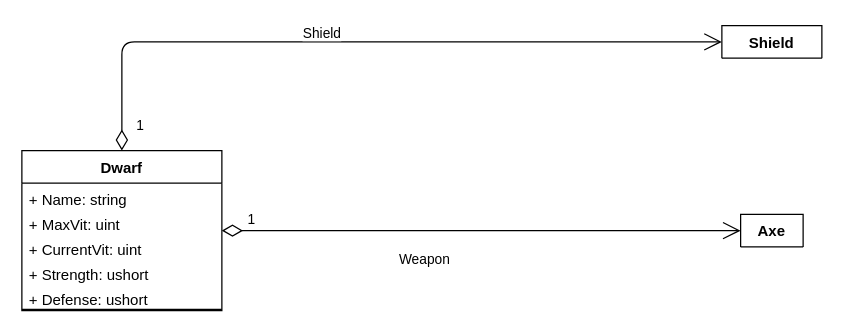
ProgramacionII-Equipo3/PII_RoleplayGame_1_Start keeps this draw.io diagram as Assets/UML-diagrams/Dwarf.drawio. Above is the earlier version. Source tidied: cells renumbered, new cells numbered last; positions are measured from the earlier drawing's top-left corner, leaving out a move shared by most shapes. Both pictures are drawn from the tidied source at 125%, with x=0, y=0 at pixel (21, 25).
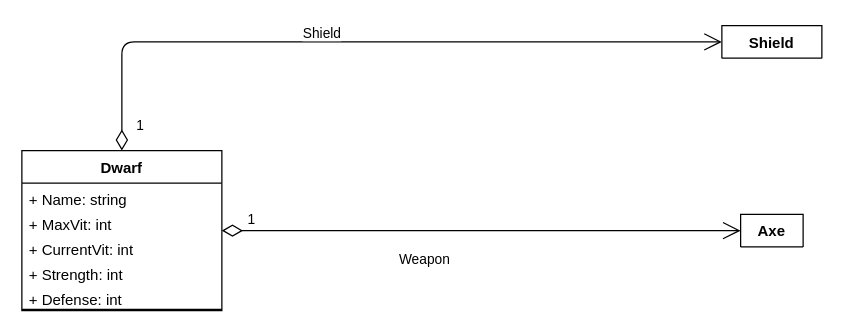
Above is the later version.

What changed in the source:
```diff
@@
 <mxGraphModel>
   <root>
     <mxCell id="0" />
     <mxCell id="1" parent="0" />
     <mxCell id="2" value="Dwarf" style="swimlane;fontStyle=1;align=center;verticalAlign=top;horizontal=1;startSize=26;" parent="1" vertex="1">
       <mxGeometry y="100" width="160" height="128" as="geometry" />
     </mxCell>
     <mxCell id="3" value="+ Name: string" style="text;strokeColor=none;fillColor=none;align=left;verticalAlign=top;spacingLeft=4;spacingRight=4;overflow=hidden;" parent="2" vertex="1">
       <mxGeometry y="26" width="160" height="20" as="geometry" />
     </mxCell>
-    <mxCell id="4" value="+ MaxVit: uint" style="text;strokeColor=none;fillColor=none;align=left;verticalAlign=top;spacingLeft=4;spacingRight=4;overflow=hidden;" parent="2" vertex="1">
+    <mxCell id="4" value="+ MaxVit: int" style="text;strokeColor=none;fillColor=none;align=left;verticalAlign=top;spacingLeft=4;spacingRight=4;overflow=hidden;" parent="2" vertex="1">
       <mxGeometry y="46" width="160" height="20" as="geometry" />
     </mxCell>
-    <mxCell id="5" value="+ CurrentVit: uint" style="text;strokeColor=none;fillColor=none;align=left;verticalAlign=top;spacingLeft=4;spacingRight=4;overflow=hidden;" parent="2" vertex="1">
+    <mxCell id="5" value="+ CurrentVit: int" style="text;strokeColor=none;fillColor=none;align=left;verticalAlign=top;spacingLeft=4;spacingRight=4;overflow=hidden;" parent="2" vertex="1">
       <mxGeometry y="66" width="160" height="20" as="geometry" />
     </mxCell>
-    <mxCell id="6" value="+ Strength: ushort" style="text;strokeColor=none;fillColor=none;align=left;verticalAlign=top;spacingLeft=4;spacingRight=4;overflow=hidden;" parent="2" vertex="1">
+    <mxCell id="6" value="+ Strength: int" style="text;strokeColor=none;fillColor=none;align=left;verticalAlign=top;spacingLeft=4;spacingRight=4;overflow=hidden;" parent="2" vertex="1">
       <mxGeometry y="86" width="160" height="20" as="geometry" />
     </mxCell>
-    <mxCell id="7" value="+ Defense: ushort" style="text;strokeColor=none;fillColor=none;align=left;verticalAlign=top;spacingLeft=4;spacingRight=4;overflow=hidden;" parent="2" vertex="1">
+    <mxCell id="7" value="+ Defense: int" style="text;strokeColor=none;fillColor=none;align=left;verticalAlign=top;spacingLeft=4;spacingRight=4;overflow=hidden;" parent="2" vertex="1">
       <mxGeometry y="106" width="160" height="20" as="geometry" />
     </mxCell>
     <mxCell id="8" style="line;strokeWidth=1;fillColor=none;align=left;verticalAlign=middle;spacingTop=-1;spacingLeft=3;spacingRight=3;labelPosition=right;" parent="2" vertex="1">
       <mxGeometry y="126" width="160" height="2" as="geometry" />
     </mxCell>
     <mxCell id="9" value="1" style="endArrow=open;html=1;endSize=12;startArrow=diamondThin;startSize=14;startFill=0;edgeStyle=orthogonalEdgeStyle;align=left;verticalAlign=bottom;exitX=1;exitY=0.5;exitDx=0;exitDy=0;entryX=0;entryY=0.5;entryDx=0;entryDy=0;" parent="1" edge="1" source="2" target="11">
       <mxGeometry x="-0.91" relative="1" as="geometry" />
     </mxCell>
     <mxCell id="10" value="Weapon" style="edgeLabel;html=1;align=center;verticalAlign=middle;" parent="9" vertex="1">
       <mxGeometry x="-0.13" y="-1" relative="1" as="geometry">
         <mxPoint x="-20" y="21" as="offset" />
       </mxGeometry>
     </mxCell>
     <mxCell id="11" value="Axe" style="swimlane;fontStyle=1;align=center;verticalAlign=top;horizontal=1;startSize=26;" parent="1" vertex="1" collapsed="1">
       <mxGeometry x="575" y="151" width="50" height="26" as="geometry" />
     </mxCell>
     <mxCell id="12" value="Shield" style="swimlane;fontStyle=1;align=center;verticalAlign=top;horizontal=1;startSize=26;" parent="1" vertex="1" collapsed="1">
       <mxGeometry x="560" width="80" height="26" as="geometry" />
     </mxCell>
     <mxCell id="13" value="1" style="endArrow=open;html=1;endSize=12;startArrow=diamondThin;startSize=14;startFill=0;edgeStyle=orthogonalEdgeStyle;align=left;verticalAlign=bottom;exitX=0.5;exitY=0;exitDx=0;exitDy=0;entryX=0;entryY=0.5;entryDx=0;entryDy=0;" parent="1" edge="1" source="2" target="12">
       <mxGeometry x="-0.96" y="-10" relative="1" as="geometry" />
     </mxCell>
     <mxCell id="14" value="Shield" style="edgeLabel;html=1;align=center;verticalAlign=middle;" parent="13" vertex="1">
       <mxGeometry x="-0.41" y="-4" relative="1" as="geometry">
         <mxPoint x="79" y="-12" as="offset" />
       </mxGeometry>
     </mxCell>
   </root>
 </mxGraphModel>
```
